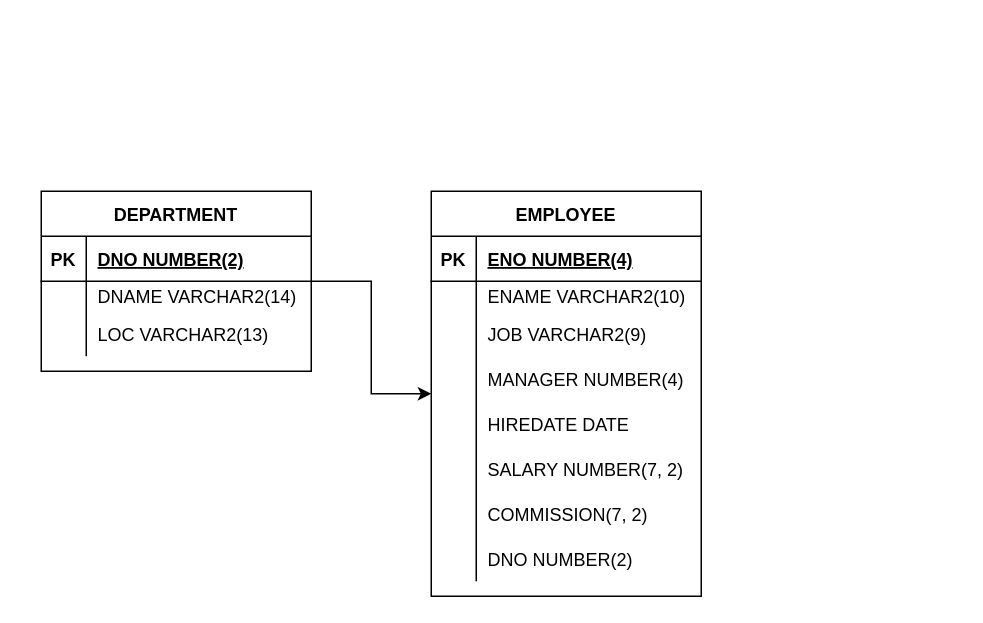
hyuk9/develop keeps this draw.io diagram as 제목 없는 다이어그램.drawio. Above is the earlier version. Source tidied: cells renumbered, new cells numbered last; positions are measured from the earlier drawing's top-left corner, leaving out a move shared by most shapes. Both pictures are drawn from the tidied source at 150%, with x=0, y=0 at pixel (40, 190).
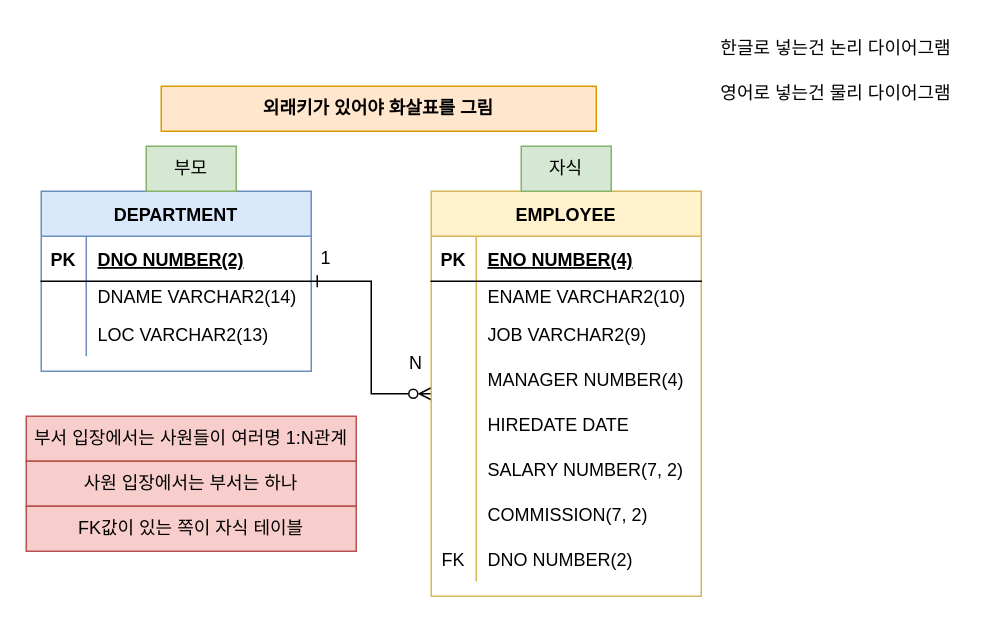
After the change.

Commit message (it also covers changes not shown here):
제목 없는 다이어그램.drawio 업데이트

Unchanged cells that the change refers to:
```xml
<mxCell id="35" style="shape=tableRow;horizontal=0;startSize=0;swimlaneHead=0;swimlaneBody=0;fillColor=none;top=0;left=0;right=0;bottom=0;" parent="13" vertex="1">
  <mxGeometry y="230" width="180" height="30" as="geometry" />
</mxCell>
```

The edit, as a diff of the source:
```diff
@@
-    <mxCell id="2" style="edgeStyle=orthogonalEdgeStyle;rounded=0;jettySize=auto;html=1;" parent="1" edge="1" source="3" target="13">
+    <mxCell id="2" style="edgeStyle=orthogonalEdgeStyle;rounded=0;jettySize=auto;html=1;startArrow=ERone;startFill=0;endArrow=ERzeroToMany;endFill=0;" parent="1" edge="1" source="3" target="13">
       <mxGeometry relative="1" as="geometry" />
     </mxCell>
-    <mxCell id="3" value="DEPARTMENT" style="shape=table;startSize=30;childLayout=tableLayout;rowLines=0;fontStyle=1;align=center;" parent="1" vertex="1">
+    <mxCell id="3" value="DEPARTMENT" style="shape=table;startSize=30;childLayout=tableLayout;rowLines=0;fontStyle=1;align=center;fillColor=#dae8fc;strokeColor=#6c8ebf;" parent="1" vertex="1">
       <mxGeometry width="180" height="120" as="geometry" />
     </mxCell>
@@
-    <mxCell id="13" value="EMPLOYEE" style="shape=table;startSize=30;childLayout=tableLayout;rowLines=0;fontStyle=1;align=center;" parent="1" vertex="1">
+    <mxCell id="13" value="EMPLOYEE" style="shape=table;startSize=30;childLayout=tableLayout;rowLines=0;fontStyle=1;align=center;fillColor=#fff2cc;strokeColor=#d6b656;" parent="1" vertex="1">
       <mxGeometry x="260" width="180" height="270" as="geometry" />
     </mxCell>
@@
-    <mxCell id="36" style="shape=partialRectangle;fillColor=none;top=0;left=0;bottom=0;right=0;overflow=hidden;" parent="35" vertex="1">
+    <mxCell id="36" value="FK" style="shape=partialRectangle;fillColor=none;top=0;left=0;bottom=0;right=0;overflow=hidden;" parent="35" vertex="1">
       <mxGeometry width="30" height="30" as="geometry" />
     </mxCell>
@@
+    <mxCell id="38" value="&lt;b&gt;외래키가 있어야 화살표를 그림&lt;/b&gt;" style="text;html=1;strokeColor=#d79b00;fillColor=#ffe6cc;align=center;verticalAlign=middle;whiteSpace=wrap;rounded=0;" parent="1" vertex="1">
+      <mxGeometry x="80" y="-70" width="290" height="30" as="geometry" />
+    </mxCell>
+    <mxCell id="39" value="부모" style="text;html=1;strokeColor=#82b366;fillColor=#d5e8d4;align=center;verticalAlign=middle;whiteSpace=wrap;rounded=0;" parent="1" vertex="1">
+      <mxGeometry x="70" y="-30" width="60" height="30" as="geometry" />
+    </mxCell>
+    <mxCell id="40" value="자식" style="text;html=1;strokeColor=#82b366;fillColor=#d5e8d4;align=center;verticalAlign=middle;whiteSpace=wrap;rounded=0;" parent="1" vertex="1">
+      <mxGeometry x="320" y="-30" width="60" height="30" as="geometry" />
+    </mxCell>
+    <mxCell id="41" value="1" style="text;html=1;strokeColor=none;fillColor=none;align=center;verticalAlign=middle;whiteSpace=wrap;rounded=0;" parent="1" vertex="1">
+      <mxGeometry x="160" y="30" width="60" height="30" as="geometry" />
+    </mxCell>
+    <mxCell id="42" value="N" style="text;html=1;strokeColor=none;fillColor=none;align=center;verticalAlign=middle;whiteSpace=wrap;rounded=0;" parent="1" vertex="1">
+      <mxGeometry x="220" y="100" width="60" height="30" as="geometry" />
+    </mxCell>
+    <mxCell id="43" value="부서 입장에서는 사원들이 여러명 1:N관계" style="text;html=1;strokeColor=#b85450;fillColor=#f8cecc;align=center;verticalAlign=middle;whiteSpace=wrap;rounded=0;" parent="1" vertex="1">
+      <mxGeometry x="-10" y="150" width="220" height="30" as="geometry" />
+    </mxCell>
+    <mxCell id="44" value="사원 입장에서는 부서는 하나" style="text;html=1;strokeColor=#b85450;fillColor=#f8cecc;align=center;verticalAlign=middle;whiteSpace=wrap;rounded=0;" parent="1" vertex="1">
+      <mxGeometry x="-10" y="180" width="220" height="30" as="geometry" />
+    </mxCell>
+    <mxCell id="45" value="FK값이 있는 쪽이 자식 테이블" style="text;html=1;strokeColor=#b85450;fillColor=#f8cecc;align=center;verticalAlign=middle;whiteSpace=wrap;rounded=0;" parent="1" vertex="1">
+      <mxGeometry x="-10" y="210" width="220" height="30" as="geometry" />
+    </mxCell>
+    <mxCell id="46" value="한글로 넣는건 논리 다이어그램" style="text;html=1;strokeColor=none;fillColor=none;align=center;verticalAlign=middle;whiteSpace=wrap;rounded=0;" parent="1" vertex="1">
+      <mxGeometry x="450" y="-110" width="160" height="30" as="geometry" />
+    </mxCell>
+    <mxCell id="47" value="영어로 넣는건 물리 다이어그램" style="text;html=1;strokeColor=none;fillColor=none;align=center;verticalAlign=middle;whiteSpace=wrap;rounded=0;" parent="1" vertex="1">
+      <mxGeometry x="450" y="-80" width="160" height="30" as="geometry" />
+    </mxCell>
```
